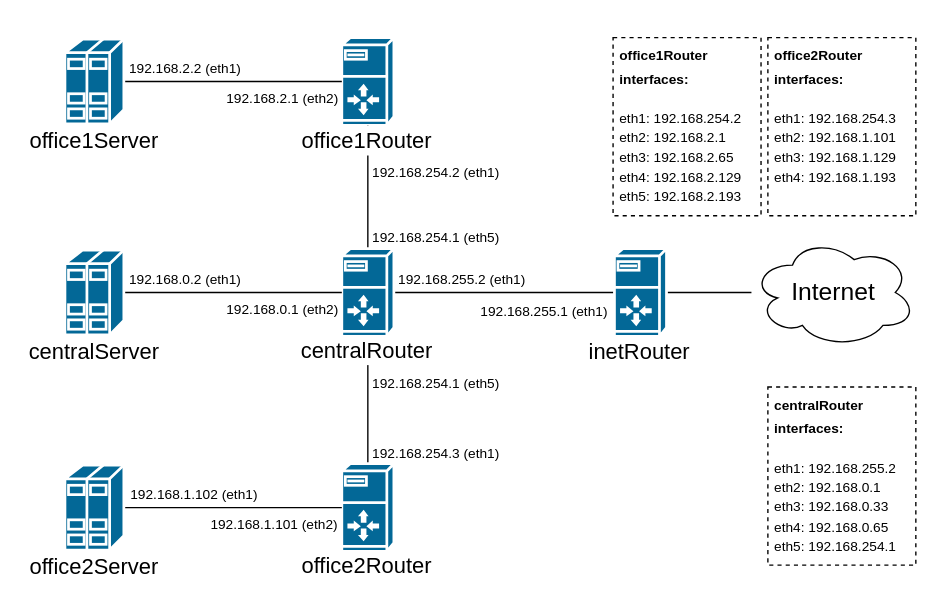
The draw.io diagram hw-18/images/net_scheme.drawio in rustsh/linux-hw, before the edit. Source tidied: cells renumbered, new cells numbered last; positions are measured from the earlier drawing's top-left corner, leaving out a move shared by most shapes. Both pictures are drawn from the tidied source at 137%, with x=0, y=0 at pixel (23, 37).
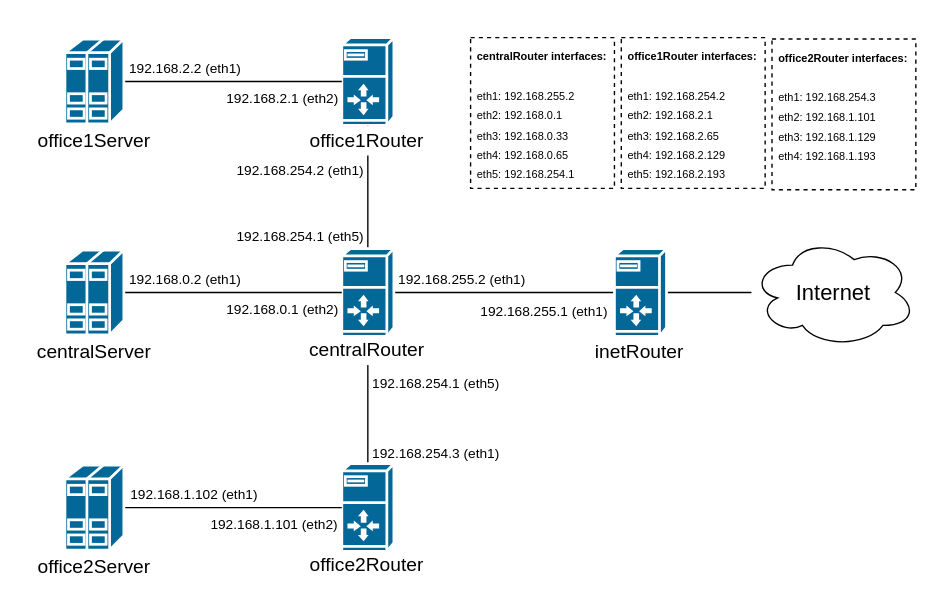
The same page after the edit.

Diff of the diagram source:
```diff
@@
-    <mxCell id="16" value="&lt;font style=&quot;font-size: 18px&quot;&gt;Internet&lt;/font&gt;" style="ellipse;shape=cloud;whiteSpace=wrap;html=1;" parent="1" vertex="1">
+    <mxCell id="16" value="&lt;font style=&quot;font-size: 16px&quot;&gt;Internet&lt;/font&gt;" style="ellipse;shape=cloud;whiteSpace=wrap;html=1;" parent="1" vertex="1">
       <mxGeometry x="531" y="146" width="120" height="80" as="geometry" />
     </mxCell>
-    <mxCell id="17" value="&lt;div style=&quot;font-size: 16px;&quot;&gt;&lt;font style=&quot;font-size: 16px;&quot;&gt;office1Server&lt;br style=&quot;font-size: 16px;&quot;&gt;&lt;/font&gt;&lt;/div&gt;" style="text;html=1;strokeColor=none;fillColor=#ffffff;align=center;verticalAlign=middle;whiteSpace=wrap;rounded=0;fontSize=16;" parent="1" vertex="1">
+    <mxCell id="17" value="&lt;div style=&quot;font-size: 14px;&quot;&gt;&lt;font style=&quot;font-size: 14px;&quot;&gt;office1Server&lt;br style=&quot;font-size: 14px;&quot;&gt;&lt;/font&gt;&lt;/div&gt;" style="text;html=1;strokeColor=none;fillColor=#ffffff;align=center;verticalAlign=middle;whiteSpace=wrap;rounded=0;fontSize=14;" parent="1" vertex="1">
       <mxGeometry y="64" width="102.8" height="22" as="geometry" />
     </mxCell>
-    <mxCell id="18" value="&lt;div style=&quot;font-size: 16px&quot;&gt;&lt;font style=&quot;font-size: 16px&quot;&gt;office2Server&lt;br style=&quot;font-size: 16px&quot;&gt;&lt;/font&gt;&lt;/div&gt;" style="text;html=1;strokeColor=none;fillColor=#ffffff;align=center;verticalAlign=middle;whiteSpace=wrap;rounded=0;fontSize=16;" parent="1" vertex="1">
+    <mxCell id="18" value="&lt;div style=&quot;font-size: 14px;&quot;&gt;&lt;font style=&quot;font-size: 14px;&quot;&gt;office2Server&lt;br style=&quot;font-size: 14px;&quot;&gt;&lt;/font&gt;&lt;/div&gt;" style="text;html=1;strokeColor=none;fillColor=#ffffff;align=center;verticalAlign=middle;whiteSpace=wrap;rounded=0;fontSize=14;" parent="1" vertex="1">
       <mxGeometry y="375" width="102.8" height="22" as="geometry" />
     </mxCell>
-    <mxCell id="19" value="&lt;div style=&quot;font-size: 16px&quot;&gt;&lt;font style=&quot;font-size: 16px&quot;&gt;centralServer&lt;br style=&quot;font-size: 16px&quot;&gt;&lt;/font&gt;&lt;/div&gt;" style="text;html=1;strokeColor=none;fillColor=#ffffff;align=center;verticalAlign=middle;whiteSpace=wrap;rounded=0;fontSize=16;" parent="1" vertex="1">
+    <mxCell id="19" value="&lt;div style=&quot;font-size: 14px;&quot;&gt;&lt;font style=&quot;font-size: 14px;&quot;&gt;centralServer&lt;br style=&quot;font-size: 14px;&quot;&gt;&lt;/font&gt;&lt;/div&gt;" style="text;html=1;strokeColor=none;fillColor=#ffffff;align=center;verticalAlign=middle;whiteSpace=wrap;rounded=0;fontSize=14;" parent="1" vertex="1">
       <mxGeometry y="218" width="102.8" height="22" as="geometry" />
     </mxCell>
-    <mxCell id="20" value="&lt;div style=&quot;font-size: 16px&quot;&gt;&lt;font style=&quot;font-size: 16px&quot;&gt;office1Router&lt;/font&gt;&lt;/div&gt;" style="text;html=1;strokeColor=none;fillColor=#ffffff;align=center;verticalAlign=middle;whiteSpace=wrap;rounded=0;fontSize=16;" parent="1" vertex="1">
+    <mxCell id="20" value="&lt;div style=&quot;font-size: 14px;&quot;&gt;&lt;font style=&quot;font-size: 14px;&quot;&gt;office1Router&lt;/font&gt;&lt;/div&gt;" style="text;html=1;strokeColor=none;fillColor=#ffffff;align=center;verticalAlign=middle;whiteSpace=wrap;rounded=0;fontSize=14;" parent="1" vertex="1">
       <mxGeometry x="199.4" y="64" width="103.2" height="22" as="geometry" />
     </mxCell>
-    <mxCell id="21" value="&lt;div style=&quot;font-size: 16px&quot;&gt;&lt;font style=&quot;font-size: 16px&quot;&gt;office2Router&lt;/font&gt;&lt;/div&gt;" style="text;html=1;strokeColor=none;fillColor=#ffffff;align=center;verticalAlign=middle;whiteSpace=wrap;rounded=0;fontSize=16;" parent="1" vertex="1">
+    <mxCell id="21" value="&lt;div style=&quot;font-size: 14px;&quot;&gt;&lt;font style=&quot;font-size: 14px;&quot;&gt;office2Router&lt;/font&gt;&lt;/div&gt;" style="text;html=1;strokeColor=none;fillColor=#ffffff;align=center;verticalAlign=middle;whiteSpace=wrap;rounded=0;fontSize=14;" parent="1" vertex="1">
       <mxGeometry x="199.4" y="374" width="103.2" height="22" as="geometry" />
     </mxCell>
-    <mxCell id="22" value="&lt;div style=&quot;font-size: 16px&quot;&gt;&lt;font style=&quot;font-size: 16px&quot;&gt;centralRouter&lt;/font&gt;&lt;/div&gt;" style="text;html=1;strokeColor=none;fillColor=#ffffff;align=center;verticalAlign=middle;whiteSpace=wrap;rounded=0;fontSize=16;" parent="1" vertex="1">
+    <mxCell id="22" value="&lt;div style=&quot;font-size: 14px;&quot;&gt;&lt;font style=&quot;font-size: 14px;&quot;&gt;centralRouter&lt;/font&gt;&lt;/div&gt;" style="text;html=1;strokeColor=none;fillColor=#ffffff;align=center;verticalAlign=middle;whiteSpace=wrap;rounded=0;fontSize=14;" parent="1" vertex="1">
       <mxGeometry x="199.4" y="217" width="103.2" height="22" as="geometry" />
     </mxCell>
-    <mxCell id="23" value="&lt;div style=&quot;font-size: 16px&quot;&gt;&lt;font style=&quot;font-size: 16px&quot;&gt;inetRouter&lt;/font&gt;&lt;/div&gt;" style="text;html=1;strokeColor=none;fillColor=#ffffff;align=center;verticalAlign=middle;whiteSpace=wrap;rounded=0;fontSize=16;" parent="1" vertex="1">
+    <mxCell id="23" value="&lt;div style=&quot;font-size: 14px;&quot;&gt;&lt;font style=&quot;font-size: 14px;&quot;&gt;inetRouter&lt;/font&gt;&lt;/div&gt;" style="text;html=1;strokeColor=none;fillColor=#ffffff;align=center;verticalAlign=middle;whiteSpace=wrap;rounded=0;fontSize=14;" parent="1" vertex="1">
       <mxGeometry x="407.4" y="218" width="85.2" height="22" as="geometry" />
     </mxCell>
@@
     <mxCell id="32" value="&lt;font style=&quot;font-size: 10px&quot;&gt;192.168.254.2 (eth1)&lt;/font&gt;" style="text;html=1;strokeColor=none;fillColor=none;align=center;verticalAlign=middle;whiteSpace=wrap;rounded=0;fontSize=16;" parent="1" vertex="1">
-      <mxGeometry x="253" y="86" width="96" height="20" as="geometry" />
+      <mxGeometry x="154" y="85" width="96" height="20" as="geometry" />
     </mxCell>
     <mxCell id="33" value="&lt;font style=&quot;font-size: 10px&quot;&gt;192.168.254.1 (eth5)&lt;/font&gt;" style="text;html=1;strokeColor=none;fillColor=none;align=center;verticalAlign=middle;whiteSpace=wrap;rounded=0;fontSize=16;" parent="1" vertex="1">
-      <mxGeometry x="253" y="134" width="96" height="20" as="geometry" />
+      <mxGeometry x="154" y="133" width="96" height="20" as="geometry" />
     </mxCell>
@@
-    <mxCell id="36" value="&lt;h3 style=&quot;font-size: 14px&quot;&gt;&lt;font size=&quot;1&quot;&gt;&lt;span&gt;centralRouter interfaces:&lt;/span&gt;&lt;/font&gt;&lt;br&gt;&lt;/h3&gt;&lt;font style=&quot;font-size: 10px&quot;&gt;eth1: 192.168.255.2&lt;br&gt;eth2: 192.168.0.1&lt;br&gt;eth3: 192.168.0.33&lt;br&gt;eth4: 192.168.0.65&lt;br&gt;eth5: 192.168.254.1&lt;/font&gt;" style="text;html=1;strokeColor=#000000;fillColor=none;spacing=5;spacingTop=-20;whiteSpace=wrap;overflow=hidden;rounded=0;shadow=0;glass=0;dashed=1;comic=0;labelBackgroundColor=none;fontColor=#000000;align=left;verticalAlign=top;" parent="1" vertex="1">
-      <mxGeometry x="543" y="255" width="108" height="130" as="geometry" />
+    <mxCell id="36" value="&lt;h3 style=&quot;font-size: 14px&quot;&gt;&lt;font size=&quot;1&quot;&gt;&lt;span style=&quot;font-size: 8px&quot;&gt;centralRouter interfaces:&lt;/span&gt;&lt;/font&gt;&lt;br&gt;&lt;/h3&gt;&lt;font style=&quot;font-size: 8px&quot;&gt;eth1: 192.168.255.2&lt;br&gt;eth2: 192.168.0.1&lt;br&gt;eth3: 192.168.0.33&lt;br&gt;eth4: 192.168.0.65&lt;br&gt;eth5: 192.168.254.1&lt;/font&gt;" style="text;html=1;strokeColor=#000000;fillColor=none;spacing=5;spacingTop=-20;whiteSpace=wrap;overflow=hidden;rounded=0;shadow=0;glass=0;dashed=1;comic=0;labelBackgroundColor=none;fontColor=#000000;align=left;verticalAlign=top;" parent="1" vertex="1">
+      <mxGeometry x="326" width="105" height="110" as="geometry" />
     </mxCell>
-    <mxCell id="37" value="&lt;h3 style=&quot;font-size: 14px&quot;&gt;&lt;font size=&quot;1&quot;&gt;&lt;span&gt;office2Router interfaces:&lt;/span&gt;&lt;/font&gt;&lt;br&gt;&lt;/h3&gt;&lt;font style=&quot;font-size: 10px&quot;&gt;eth1: 192.168.254.3&lt;br&gt;eth2: 192.168.1.101&lt;br&gt;eth3: 192.168.1.129&lt;br&gt;eth4: 192.168.1.193&lt;/font&gt;" style="text;html=1;strokeColor=#000000;fillColor=none;spacing=5;spacingTop=-20;whiteSpace=wrap;overflow=hidden;rounded=0;shadow=0;glass=0;dashed=1;comic=0;labelBackgroundColor=none;fontColor=#000000;align=left;verticalAlign=top;" parent="1" vertex="1">
-      <mxGeometry x="543" width="108" height="130" as="geometry" />
+    <mxCell id="37" value="&lt;h3 style=&quot;font-size: 14px&quot;&gt;&lt;font size=&quot;1&quot;&gt;&lt;span style=&quot;font-size: 8px&quot;&gt;office2Router interfaces:&lt;/span&gt;&lt;/font&gt;&lt;br&gt;&lt;/h3&gt;&lt;font style=&quot;font-size: 8px&quot;&gt;eth1: 192.168.254.3&lt;br&gt;eth2: 192.168.1.101&lt;br&gt;eth3: 192.168.1.129&lt;br&gt;eth4: 192.168.1.193&lt;/font&gt;" style="text;html=1;strokeColor=#000000;fillColor=none;spacing=5;spacingTop=-20;whiteSpace=wrap;overflow=hidden;rounded=0;shadow=0;glass=0;dashed=1;comic=0;labelBackgroundColor=none;fontColor=#000000;align=left;verticalAlign=top;" parent="1" vertex="1">
+      <mxGeometry x="546" y="1" width="105" height="110" as="geometry" />
     </mxCell>
-    <mxCell id="38" value="&lt;h3 style=&quot;font-size: 14px&quot;&gt;&lt;font size=&quot;1&quot;&gt;&lt;span&gt;office1Router interfaces:&lt;/span&gt;&lt;/font&gt;&lt;br&gt;&lt;/h3&gt;&lt;font style=&quot;font-size: 10px&quot;&gt;eth1: 192.168.254.2&lt;br&gt;eth2: 192.168.2.1&lt;br&gt;eth3: 192.168.2.65&lt;br&gt;eth4: 192.168.2.129&lt;br&gt;eth5: 192.168.2.193&lt;/font&gt;" style="text;html=1;strokeColor=#000000;fillColor=none;spacing=5;spacingTop=-20;whiteSpace=wrap;overflow=hidden;rounded=0;shadow=0;glass=0;dashed=1;comic=0;labelBackgroundColor=none;fontColor=#000000;align=left;verticalAlign=top;" parent="1" vertex="1">
-      <mxGeometry x="430" width="108" height="130" as="geometry" />
+    <mxCell id="38" value="&lt;h3 style=&quot;font-size: 14px&quot;&gt;&lt;font size=&quot;1&quot;&gt;&lt;span style=&quot;font-size: 8px&quot;&gt;office1Router interfaces:&lt;/span&gt;&lt;/font&gt;&lt;br&gt;&lt;/h3&gt;&lt;font style=&quot;font-size: 8px&quot;&gt;eth1: 192.168.254.2&lt;br&gt;eth2: 192.168.2.1&lt;br&gt;eth3: 192.168.2.65&lt;br&gt;eth4: 192.168.2.129&lt;br&gt;eth5: 192.168.2.193&lt;/font&gt;" style="text;html=1;strokeColor=#000000;fillColor=none;spacing=5;spacingTop=-20;whiteSpace=wrap;overflow=hidden;rounded=0;shadow=0;glass=0;dashed=1;comic=0;labelBackgroundColor=none;fontColor=#000000;align=left;verticalAlign=top;" parent="1" vertex="1">
+      <mxGeometry x="436" width="105" height="110" as="geometry" />
     </mxCell>
```
